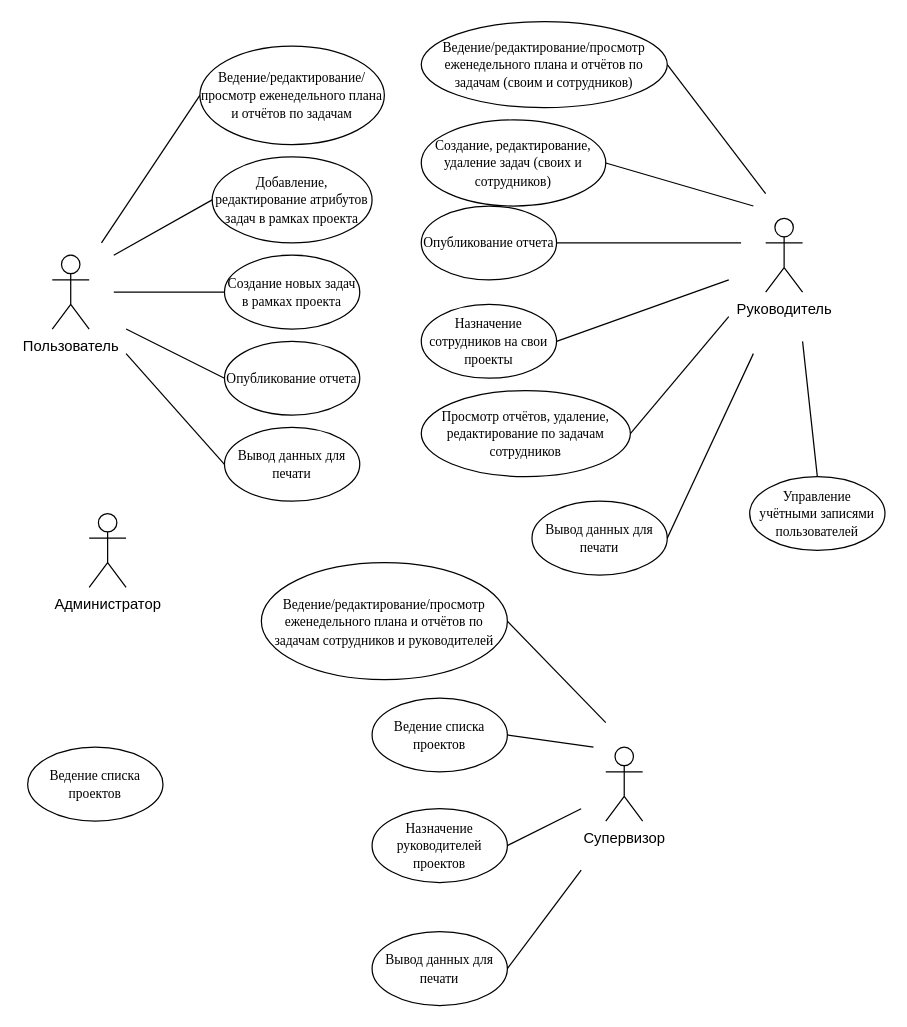
The draw.io diagram Для ДЗ №8.drawio in pytonuserouner/UML_study, before the edit. Source tidied: cells renumbered, new cells numbered last; positions are measured from the earlier drawing's top-left corner, leaving out a move shared by most shapes. Both pictures are drawn from the tidied source at 123%, with x=0, y=0 at pixel (27, 21).
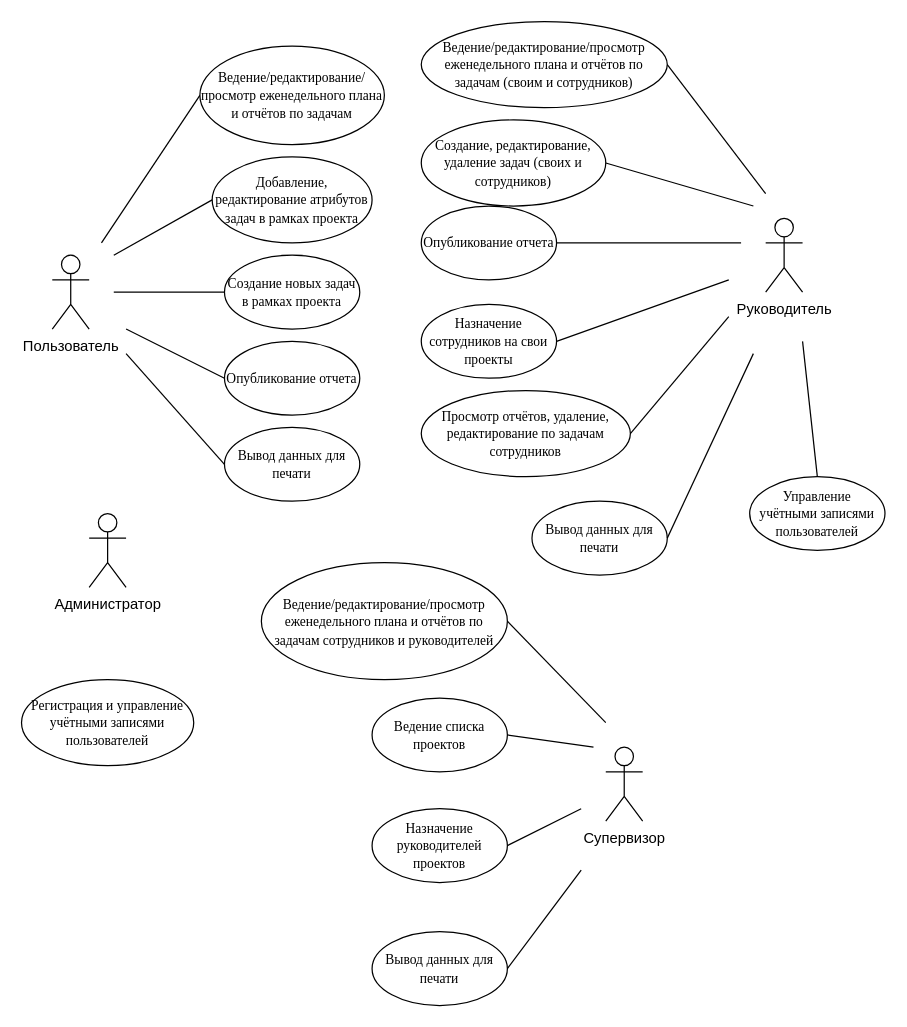
After the change.

Change to the diagram source:
```diff
@@
-    <mxCell id="34" value="&lt;font face=&quot;Times New Roman&quot;&gt;&lt;span style=&quot;font-size: 11px;&quot;&gt;Ведение списка проектов&lt;/span&gt;&lt;/font&gt;" style="ellipse;whiteSpace=wrap;html=1;" parent="1" vertex="1">
-      <mxGeometry y="590" width="110" height="60" as="geometry" />
+    <mxCell id="34" value="&lt;font face=&quot;Times New Roman&quot;&gt;&lt;span style=&quot;font-size: 11px;&quot;&gt;Регистрация и управление учётными записями пользователей&lt;/span&gt;&lt;/font&gt;" style="ellipse;whiteSpace=wrap;html=1;" parent="1" vertex="1">
+      <mxGeometry x="-5" y="535" width="140" height="70" as="geometry" />
     </mxCell>
```
